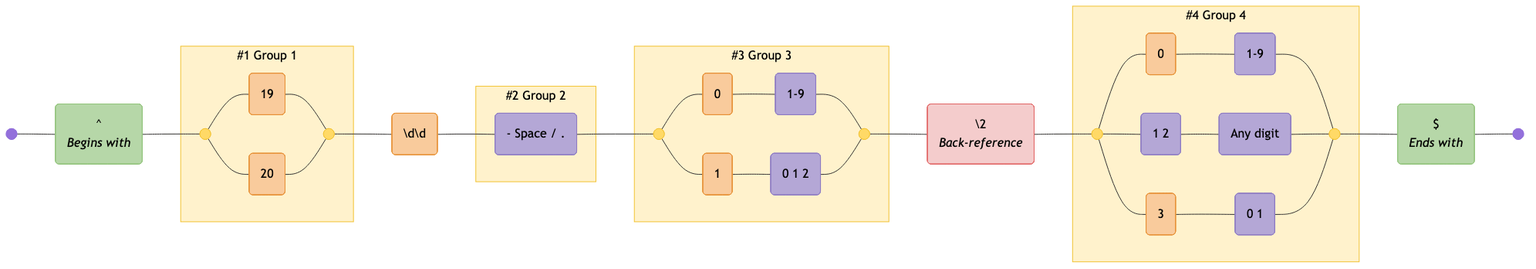
Before: diagrams/date-iso8601.mermaid-diagram.png, a diagram exported from Mermaid (tayles/regex-to-mermaid). Its source is kept beside it as diagrams/date-iso8601.mermaid. The source it was exported from:
```mermaid
graph LR
  accTitle: "Regex: ^(19|20)\\d\\d([- /.])(0[1-9]|1[012])\\2(0[1-9]|[12][0-9]|3[01])$"
  accDescr: "Generated with regex-to-mermaid@1.0.4"

  start@{ shape: f-circ };
  fin@{ shape: f-circ };
  assertion_1("^<br><i>Begins with</i>"):::assertion;
  disjunction_begin_1:::disjunction@{ shape: f-circ };
  disjunction_end_1:::disjunction@{ shape: f-circ };
  literal_1("19"):::literal;
  literal_2("20"):::literal;
  literal_3("\d\d"):::literal;
  char_class_1("- Space / ."):::char-class;
  disjunction_begin_2:::disjunction@{ shape: f-circ };
  disjunction_end_2:::disjunction@{ shape: f-circ };
  literal_4("0"):::literal;
  char_class_2("1-9"):::char-class;
  literal_5("1"):::literal;
  char_class_3("0 1 2"):::char-class;
  back_reference_1("\2<br><i>Back-reference</i>"):::back-reference;
  disjunction_begin_3:::disjunction@{ shape: f-circ };
  disjunction_end_3:::disjunction@{ shape: f-circ };
  literal_6("0"):::literal;
  char_class_4("1-9"):::char-class;
  char_class_5("1 2"):::char-class;
  char_class_6("Any digit"):::char-class;
  literal_7("3"):::literal;
  char_class_7("0 1"):::char-class;
  assertion_2("$<br><i>Ends with</i>"):::assertion;

  subgraph standard_1 ["#1 Group 1"]
    disjunction_begin_1
    disjunction_end_1
    literal_1
    literal_2
  end

  subgraph standard_2 ["#2 Group 2"]
    char_class_1
  end

  subgraph standard_3 ["#3 Group 3"]
    disjunction_begin_2
    disjunction_end_2
    literal_4
    char_class_2
    literal_5
    char_class_3
  end

  subgraph standard_4 ["#4 Group 4"]
    disjunction_begin_3
    disjunction_end_3
    literal_6
    char_class_4
    char_class_5
    char_class_6
    literal_7
    char_class_7
  end

  start --- assertion_1;
  assertion_1 --- disjunction_begin_1;
  disjunction_begin_1 --- literal_1;
  literal_1 --- disjunction_end_1;
  disjunction_begin_1 --- literal_2;
  literal_2 --- disjunction_end_1;
  disjunction_end_1 --- literal_3;
  literal_3 --- char_class_1;
  char_class_1 --- disjunction_begin_2;
  disjunction_begin_2 --- literal_4;
  literal_4 --- char_class_2;
  char_class_2 --- disjunction_end_2;
  disjunction_begin_2 --- literal_5;
  literal_5 --- char_class_3;
  char_class_3 --- disjunction_end_2;
  disjunction_end_2 --- back_reference_1;
  back_reference_1 --- disjunction_begin_3;
  disjunction_begin_3 --- literal_6;
  literal_6 --- char_class_4;
  char_class_4 --- disjunction_end_3;
  disjunction_begin_3 --- char_class_5;
  char_class_5 --- char_class_6;
  char_class_6 --- disjunction_end_3;
  disjunction_begin_3 --- literal_7;
  literal_7 --- char_class_7;
  char_class_7 --- disjunction_end_3;
  disjunction_end_3 --- assertion_2;
  assertion_2 --- fin;

  classDef assertion fill:#B6D7A8,stroke:#93C47D,color:#000000;
  classDef disjunction fill:#FFD966,stroke:#F1C232,color:#000000;
  classDef literal fill:#F9CB9C,stroke:#E69138,color:#000000;
  classDef char-class fill:#B4A7D6,stroke:#8E7CC3,color:#000000;
  classDef back-reference fill:#F4CCCC,stroke:#E06666,color:#000000;

  classDef standard fill:#FFF2CC,stroke:#F1C232,color:#000000;

  class standard_1,standard_2,standard_3,standard_4 standard;
```
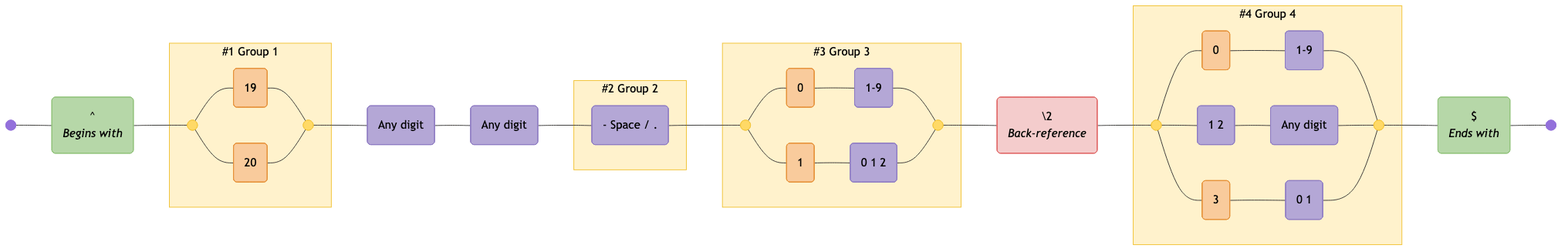
The same file after the commit.

Diff of the diagram source:
```diff
@@ -1,6 +1,6 @@
 graph LR
   accTitle: "Regex: ^(19|20)\\d\\d([- /.])(0[1-9]|1[012])\\2(0[1-9]|[12][0-9]|3[01])$"
-  accDescr: "Generated with regex-to-mermaid@1.0.4"
+  accDescr: "Generated with regex-to-mermaid@1.1.0"
 
   start@{ shape: f-circ };
   fin@{ shape: f-circ };
@@ -9,23 +9,24 @@
   disjunction_end_1:::disjunction@{ shape: f-circ };
   literal_1("19"):::literal;
   literal_2("20"):::literal;
-  literal_3("\d\d"):::literal;
-  char_class_1("- Space / ."):::char-class;
+  char_class_1("Any digit"):::char-class;
+  char_class_2("Any digit"):::char-class;
+  char_class_3("- Space / ."):::char-class;
   disjunction_begin_2:::disjunction@{ shape: f-circ };
   disjunction_end_2:::disjunction@{ shape: f-circ };
-  literal_4("0"):::literal;
-  char_class_2("1-9"):::char-class;
-  literal_5("1"):::literal;
-  char_class_3("0 1 2"):::char-class;
-  back_reference_1("\2<br><i>Back-reference</i>"):::back-reference;
+  literal_3("0"):::literal;
+  char_class_4("1-9"):::char-class;
+  literal_4("1"):::literal;
+  char_class_5("0 1 2"):::char-class;
+  back_reference_1("\\2<br><i>Back-reference</i>"):::back-reference;
   disjunction_begin_3:::disjunction@{ shape: f-circ };
   disjunction_end_3:::disjunction@{ shape: f-circ };
-  literal_6("0"):::literal;
-  char_class_4("1-9"):::char-class;
-  char_class_5("1 2"):::char-class;
-  char_class_6("Any digit"):::char-class;
-  literal_7("3"):::literal;
-  char_class_7("0 1"):::char-class;
+  literal_5("0"):::literal;
+  char_class_6("1-9"):::char-class;
+  char_class_7("1 2"):::char-class;
+  char_class_8("Any digit"):::char-class;
+  literal_6("3"):::literal;
+  char_class_9("0 1"):::char-class;
   assertion_2("$<br><i>Ends with</i>"):::assertion;
 
   subgraph standard_1 ["#1 Group 1"]
@@ -36,27 +37,27 @@
   end
 
   subgraph standard_2 ["#2 Group 2"]
-    char_class_1
+    char_class_3
   end
 
   subgraph standard_3 ["#3 Group 3"]
     disjunction_begin_2
     disjunction_end_2
+    literal_3
+    char_class_4
     literal_4
-    char_class_2
-    literal_5
-    char_class_3
+    char_class_5
   end
 
   subgraph standard_4 ["#4 Group 4"]
     disjunction_begin_3
     disjunction_end_3
+    literal_5
+    char_class_6
+    char_class_7
+    char_class_8
     literal_6
-    char_class_4
-    char_class_5
-    char_class_6
-    literal_7
-    char_class_7
+    char_class_9
   end
 
   start --- assertion_1;
@@ -65,26 +66,27 @@
   literal_1 --- disjunction_end_1;
   disjunction_begin_1 --- literal_2;
   literal_2 --- disjunction_end_1;
-  disjunction_end_1 --- literal_3;
-  literal_3 --- char_class_1;
-  char_class_1 --- disjunction_begin_2;
+  disjunction_end_1 --- char_class_1;
+  char_class_1 --- char_class_2;
+  char_class_2 --- char_class_3;
+  char_class_3 --- disjunction_begin_2;
+  disjunction_begin_2 --- literal_3;
+  literal_3 --- char_class_4;
+  char_class_4 --- disjunction_end_2;
   disjunction_begin_2 --- literal_4;
-  literal_4 --- char_class_2;
-  char_class_2 --- disjunction_end_2;
-  disjunction_begin_2 --- literal_5;
-  literal_5 --- char_class_3;
-  char_class_3 --- disjunction_end_2;
+  literal_4 --- char_class_5;
+  char_class_5 --- disjunction_end_2;
   disjunction_end_2 --- back_reference_1;
   back_reference_1 --- disjunction_begin_3;
+  disjunction_begin_3 --- literal_5;
+  literal_5 --- char_class_6;
+  char_class_6 --- disjunction_end_3;
+  disjunction_begin_3 --- char_class_7;
+  char_class_7 --- char_class_8;
+  char_class_8 --- disjunction_end_3;
   disjunction_begin_3 --- literal_6;
-  literal_6 --- char_class_4;
-  char_class_4 --- disjunction_end_3;
-  disjunction_begin_3 --- char_class_5;
-  char_class_5 --- char_class_6;
-  char_class_6 --- disjunction_end_3;
-  disjunction_begin_3 --- literal_7;
-  literal_7 --- char_class_7;
-  char_class_7 --- disjunction_end_3;
+  literal_6 --- char_class_9;
+  char_class_9 --- disjunction_end_3;
   disjunction_end_3 --- assertion_2;
   assertion_2 --- fin;
 
```
